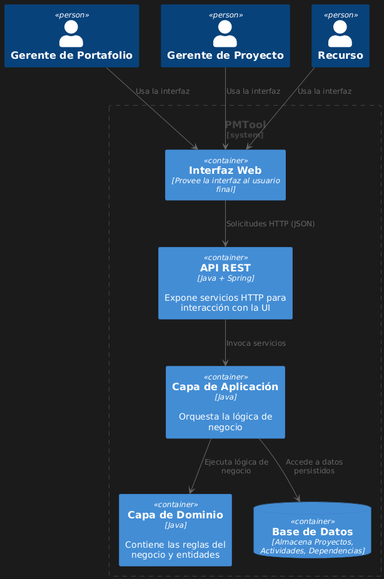
Valentino-Carmona/PMTool keeps this PlantUML diagram as docs/img/Diagrama_De_Contenedores.png. Above is the earlier version.
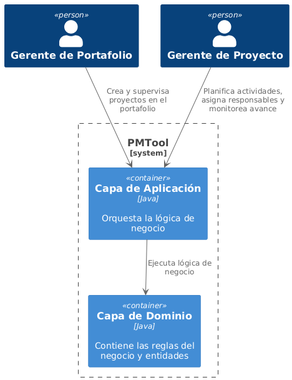
Above is the later version.

Commit message:
docs: Update architecture diagrams based on the feedback

What changed in the source:
```diff
@@ -3,22 +3,14 @@
 
 Person(GPf, "Gerente de Portafolio")
 Person(GPr, "Gerente de Proyecto")
-Person(Recurso, "Recurso")
 
 System_Boundary(s1, "PMTool") {
-    Container(WebUI, "Interfaz Web", "Provee la interfaz al usuario final")
-    Container(API, "API REST", "Java + Spring", "Expone servicios HTTP para interacción con la UI")
     Container(AppService, "Capa de Aplicación", "Java", "Orquesta la lógica de negocio")
     Container(Domain, "Capa de Dominio", "Java", "Contiene las reglas del negocio y entidades")
-    ContainerDb(DB, "Base de Datos", "Almacena Proyectos, Actividades, Dependencias")
 }
 
-GPf --> WebUI : Usa la interfaz
-GPr --> WebUI : Usa la interfaz
-Recurso --> WebUI : Usa la interfaz
+GPf --> AppService : Crea y supervisa proyectos en el portafolio
+GPr --> AppService : Planifica actividades, asigna responsables y monitorea avance
 
-WebUI --> API : Solicitudes HTTP (JSON)
-API --> AppService : Invoca servicios
 AppService --> Domain : Ejecuta lógica de negocio
-AppService --> DB : Accede a datos persistidos
 @enduml
```
